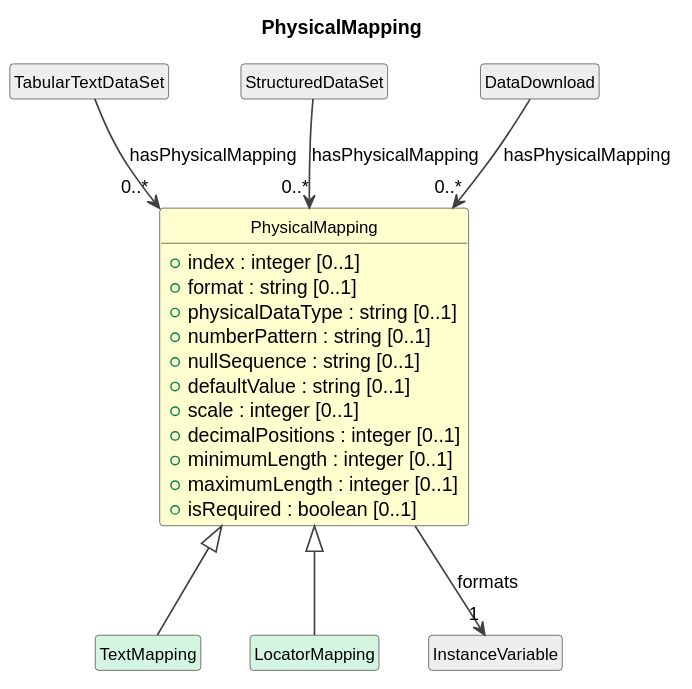
This is cdif-uml-model/_plantuml/cdifDataStructure/Classes/PhysicalMapping.svg from Cross-Domain-Interoperability-Framework/metadataBuildingBlocks, a PlantUML export, as it was before one commit. Its diagram source:
```plantuml
@startuml
title PhysicalMapping
hide circle
hide empty members
skinparam shadowing false
skinparam ArrowThickness 1.2
skinparam class {
  ArrowColor #404040
  BorderColor #404040
  FontSize 12
}

class "PhysicalMapping" as PhysicalMapping #FEFECE {
  +index : integer [0..1]
  +format : string [0..1]
  +physicalDataType : string [0..1]
  +numberPattern : string [0..1]
  +nullSequence : string [0..1]
  +defaultValue : string [0..1]
  +scale : integer [0..1]
  +decimalPositions : integer [0..1]
  +minimumLength : integer [0..1]
  +maximumLength : integer [0..1]
  +isRequired : boolean [0..1]
}
class "TextMapping" as TextMapping #D5F5E3
PhysicalMapping <|-- TextMapping
class "LocatorMapping" as LocatorMapping #D5F5E3
PhysicalMapping <|-- LocatorMapping
class "TabularTextDataSet" as TabularTextDataSet #EEEEEE
TabularTextDataSet --> "0..*" PhysicalMapping : hasPhysicalMapping
class "StructuredDataSet" as StructuredDataSet #EEEEEE
StructuredDataSet --> "0..*" PhysicalMapping : hasPhysicalMapping
class "DataDownload" as DataDownload #EEEEEE
DataDownload --> "0..*" PhysicalMapping : hasPhysicalMapping
class "InstanceVariable" as InstanceVariable #EEEEEE
PhysicalMapping --> "1" InstanceVariable : formats
@enduml
```
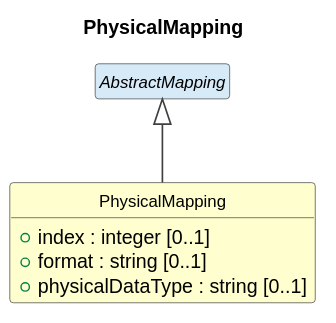
After the commit.

Change to the diagram source:
```diff
@@ -14,25 +14,7 @@
   +index : integer [0..1]
   +format : string [0..1]
   +physicalDataType : string [0..1]
-  +numberPattern : string [0..1]
-  +nullSequence : string [0..1]
-  +defaultValue : string [0..1]
-  +scale : integer [0..1]
-  +decimalPositions : integer [0..1]
-  +minimumLength : integer [0..1]
-  +maximumLength : integer [0..1]
-  +isRequired : boolean [0..1]
 }
-class "TextMapping" as TextMapping #D5F5E3
-PhysicalMapping <|-- TextMapping
-class "LocatorMapping" as LocatorMapping #D5F5E3
-PhysicalMapping <|-- LocatorMapping
-class "TabularTextDataSet" as TabularTextDataSet #EEEEEE
-TabularTextDataSet --> "0..*" PhysicalMapping : hasPhysicalMapping
-class "StructuredDataSet" as StructuredDataSet #EEEEEE
-StructuredDataSet --> "0..*" PhysicalMapping : hasPhysicalMapping
-class "DataDownload" as DataDownload #EEEEEE
-DataDownload --> "0..*" PhysicalMapping : hasPhysicalMapping
-class "InstanceVariable" as InstanceVariable #EEEEEE
-PhysicalMapping --> "1" InstanceVariable : formats
+abstract class "AbstractMapping" as AbstractMapping #D6EAF8
+AbstractMapping <|-- PhysicalMapping
 @enduml
```
